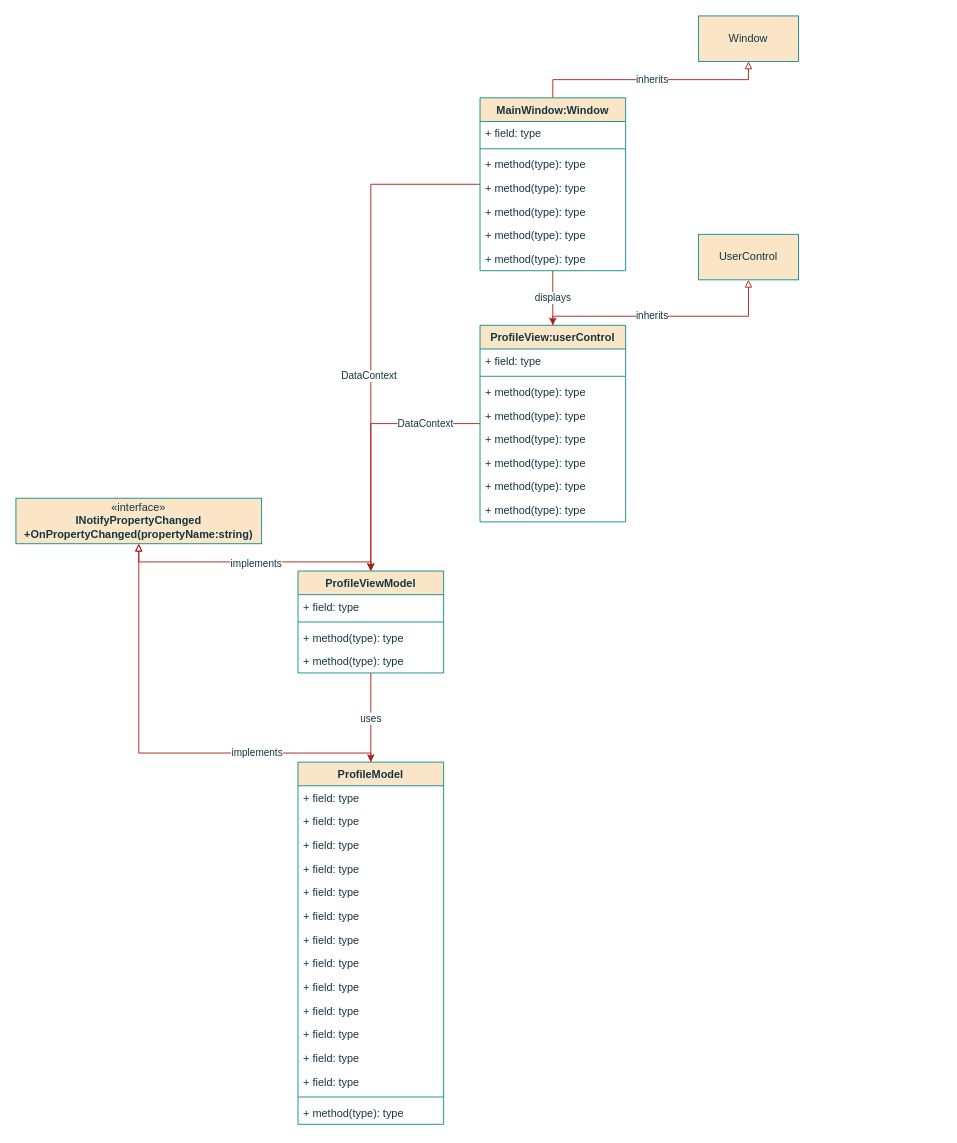
The draw.io diagram Klassendiagramm.drawio in PythonPokemon/Draw.io, before the edit. Source tidied: cells renumbered, new cells numbered last; positions are measured from the earlier drawing's top-left corner, leaving out a move shared by most shapes. Both pictures are drawn from the tidied source at 91%, with x=0, y=0 at pixel (15, 15).
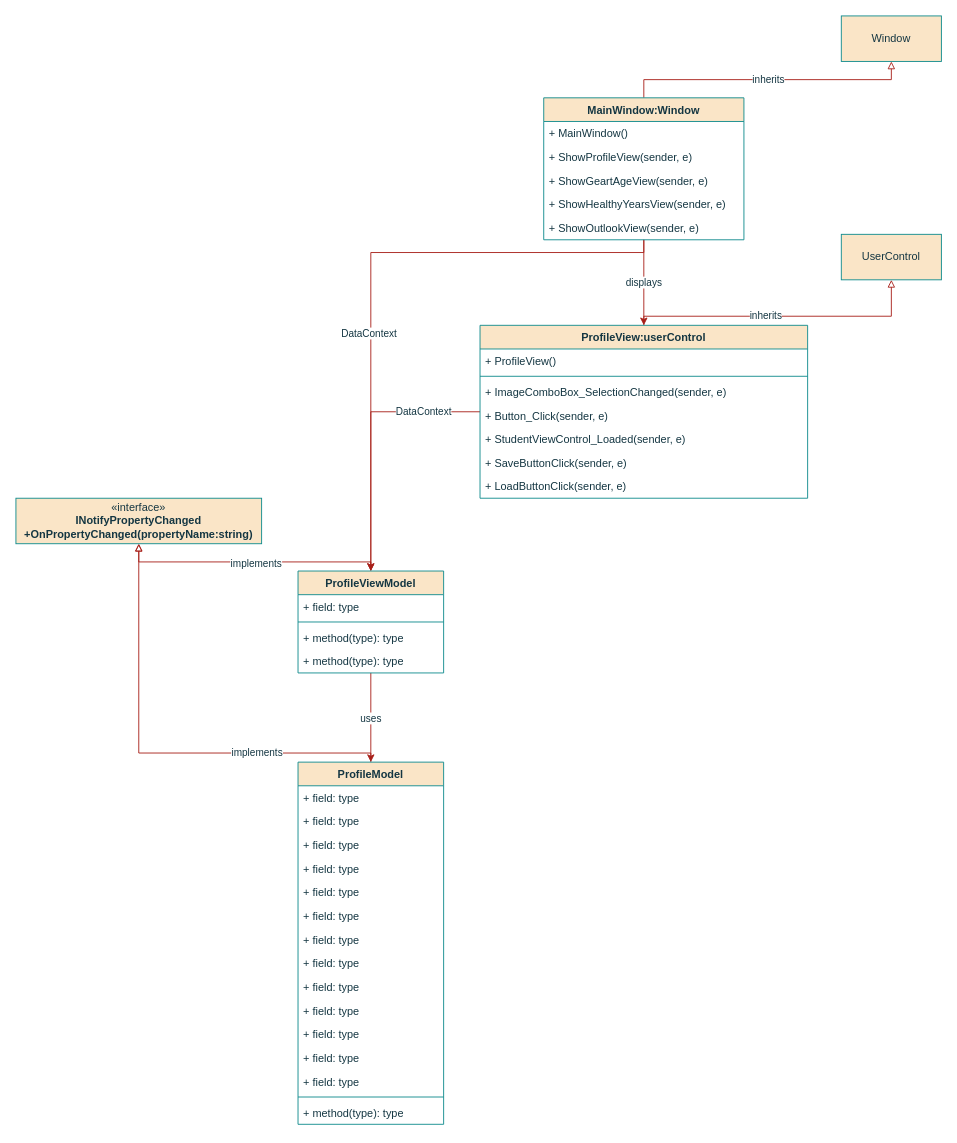
The same page after the edit.

The change refers to these unchanged cells:
```xml
<mxCell id="36" value="ProfileViewModel" style="swimlane;fontStyle=1;align=center;verticalAlign=top;horizontal=1;startSize=26;whiteSpace=wrap;html=1;labelBackgroundColor=none;fillColor=#FAE5C7;strokeColor=#0F8B8D;fontColor=#143642;" parent="1" vertex="1">
  <mxGeometry x="310" y="610" width="160" height="112" as="geometry" />
</mxCell>
```

What changed in the source:
```diff
@@
     <mxCell id="2" style="edgeStyle=orthogonalEdgeStyle;rounded=0;jettySize=auto;html=1;entryX=0.5;entryY=1;entryDx=0;entryDy=0;endArrow=block;endFill=0;labelBackgroundColor=none;strokeColor=#A8201A;fontColor=default;" parent="1" edge="1" source="8" target="16">
       <mxGeometry relative="1" as="geometry">
         <Array as="points">
-          <mxPoint x="590" y="70" />
-          <mxPoint x="805" y="70" />
+          <mxPoint x="690" y="70" />
+          <mxPoint x="962" y="70" />
         </Array>
       </mxGeometry>
     </mxCell>
@@
     <mxCell id="6" style="edgeStyle=orthogonalEdgeStyle;rounded=0;jettySize=auto;html=1;strokeColor=#A8201A;fontColor=#143642;fillColor=#FAE5C7;" parent="1" edge="1" source="8" target="36">
-      <mxGeometry relative="1" as="geometry" />
+      <mxGeometry relative="1" as="geometry">
+        <Array as="points">
+          <mxPoint x="690" y="260" />
+          <mxPoint x="390" y="260" />
+        </Array>
+      </mxGeometry>
     </mxCell>
@@
     <mxCell id="8" value="MainWindow:Window" style="swimlane;fontStyle=1;align=center;verticalAlign=top;horizontal=1;startSize=26;whiteSpace=wrap;html=1;labelBackgroundColor=none;fillColor=#FAE5C7;strokeColor=#0F8B8D;fontColor=#143642;" parent="1" vertex="1">
-      <mxGeometry x="510" y="90" width="160" height="190" as="geometry" />
+      <mxGeometry x="580" y="90" width="220" height="156" as="geometry" />
     </mxCell>
-    <mxCell id="9" value="+ field: type" style="text;strokeColor=none;fillColor=none;align=left;verticalAlign=top;spacingLeft=4;spacingRight=4;overflow=hidden;whiteSpace=wrap;html=1;labelBackgroundColor=none;fontColor=#143642;" parent="8" vertex="1">
-      <mxGeometry y="26" width="160" height="26" as="geometry" />
-    </mxCell>
-    <mxCell id="10" style="line;strokeWidth=1;fillColor=none;align=left;verticalAlign=middle;spacingTop=-1;spacingLeft=3;spacingRight=3;labelPosition=right;strokeColor=#0F8B8D;labelBackgroundColor=none;fontColor=#143642;" parent="8" vertex="1">
-      <mxGeometry y="52" width="160" height="8" as="geometry" />
-    </mxCell>
-    <mxCell id="11" value="+ method(type): type" style="text;strokeColor=none;fillColor=none;align=left;verticalAlign=top;spacingLeft=4;spacingRight=4;overflow=hidden;whiteSpace=wrap;html=1;labelBackgroundColor=none;fontColor=#143642;" parent="8" vertex="1">
-      <mxGeometry y="60" width="160" height="26" as="geometry" />
+    <mxCell id="11" value="+ MainWindow()" style="text;strokeColor=none;fillColor=none;align=left;verticalAlign=top;spacingLeft=4;spacingRight=4;overflow=hidden;whiteSpace=wrap;html=1;labelBackgroundColor=none;fontColor=#143642;" parent="8" vertex="1">
+      <mxGeometry y="26" width="220" height="26" as="geometry" />
     </mxCell>
-    <mxCell id="12" value="+ method(type): type" style="text;strokeColor=none;fillColor=none;align=left;verticalAlign=top;spacingLeft=4;spacingRight=4;overflow=hidden;whiteSpace=wrap;html=1;labelBackgroundColor=none;fontColor=#143642;" parent="8" vertex="1">
-      <mxGeometry y="86" width="160" height="26" as="geometry" />
+    <mxCell id="12" value="+ ShowProfileView(sender, e)" style="text;strokeColor=none;fillColor=none;align=left;verticalAlign=top;spacingLeft=4;spacingRight=4;overflow=hidden;whiteSpace=wrap;html=1;labelBackgroundColor=none;fontColor=#143642;" parent="8" vertex="1">
+      <mxGeometry y="52" width="220" height="26" as="geometry" />
     </mxCell>
-    <mxCell id="13" value="+ method(type): type" style="text;strokeColor=none;fillColor=none;align=left;verticalAlign=top;spacingLeft=4;spacingRight=4;overflow=hidden;whiteSpace=wrap;html=1;labelBackgroundColor=none;fontColor=#143642;" parent="8" vertex="1">
-      <mxGeometry y="112" width="160" height="26" as="geometry" />
+    <mxCell id="13" value="+ ShowGeartAgeView(sender, e)" style="text;strokeColor=none;fillColor=none;align=left;verticalAlign=top;spacingLeft=4;spacingRight=4;overflow=hidden;whiteSpace=wrap;html=1;labelBackgroundColor=none;fontColor=#143642;" parent="8" vertex="1">
+      <mxGeometry y="78" width="220" height="26" as="geometry" />
     </mxCell>
-    <mxCell id="14" value="+ method(type): type" style="text;strokeColor=none;fillColor=none;align=left;verticalAlign=top;spacingLeft=4;spacingRight=4;overflow=hidden;whiteSpace=wrap;html=1;labelBackgroundColor=none;fontColor=#143642;" parent="8" vertex="1">
-      <mxGeometry y="138" width="160" height="26" as="geometry" />
+    <mxCell id="14" value="+ ShowHealthyYearsView(sender, e)" style="text;strokeColor=none;fillColor=none;align=left;verticalAlign=top;spacingLeft=4;spacingRight=4;overflow=hidden;whiteSpace=wrap;html=1;labelBackgroundColor=none;fontColor=#143642;" parent="8" vertex="1">
+      <mxGeometry y="104" width="220" height="26" as="geometry" />
     </mxCell>
-    <mxCell id="15" value="+ method(type): type" style="text;strokeColor=none;fillColor=none;align=left;verticalAlign=top;spacingLeft=4;spacingRight=4;overflow=hidden;whiteSpace=wrap;html=1;labelBackgroundColor=none;fontColor=#143642;" parent="8" vertex="1">
-      <mxGeometry y="164" width="160" height="26" as="geometry" />
+    <mxCell id="15" value="+ ShowOutlookView(sender, e)" style="text;strokeColor=none;fillColor=none;align=left;verticalAlign=top;spacingLeft=4;spacingRight=4;overflow=hidden;whiteSpace=wrap;html=1;labelBackgroundColor=none;fontColor=#143642;" parent="8" vertex="1">
+      <mxGeometry y="130" width="220" height="26" as="geometry" />
     </mxCell>
     <mxCell id="16" value="Window" style="html=1;whiteSpace=wrap;labelBackgroundColor=none;fillColor=#FAE5C7;strokeColor=#0F8B8D;fontColor=#143642;" parent="1" vertex="1">
-      <mxGeometry x="750" width="110" height="50" as="geometry" />
+      <mxGeometry x="907" width="110" height="50" as="geometry" />
     </mxCell>
     <mxCell id="17" style="edgeStyle=orthogonalEdgeStyle;rounded=0;jettySize=auto;html=1;entryX=0.5;entryY=1;entryDx=0;entryDy=0;strokeColor=#A8201A;fontColor=#143642;fillColor=#FAE5C7;endArrow=block;endFill=0;" parent="1" edge="1" source="21" target="30">
       <mxGeometry relative="1" as="geometry">
         <Array as="points">
-          <mxPoint x="590" y="330" />
-          <mxPoint x="805" y="330" />
+          <mxPoint x="690" y="330" />
+          <mxPoint x="962" y="330" />
         </Array>
       </mxGeometry>
     </mxCell>
@@
     <mxCell id="21" value="ProfileView:userControl" style="swimlane;fontStyle=1;align=center;verticalAlign=top;horizontal=1;startSize=26;whiteSpace=wrap;html=1;labelBackgroundColor=none;fillColor=#FAE5C7;strokeColor=#0F8B8D;fontColor=#143642;" parent="1" vertex="1">
-      <mxGeometry x="510" y="340" width="160" height="216" as="geometry" />
+      <mxGeometry x="510" y="340" width="360" height="190" as="geometry" />
     </mxCell>
-    <mxCell id="22" value="+ field: type" style="text;strokeColor=none;fillColor=none;align=left;verticalAlign=top;spacingLeft=4;spacingRight=4;overflow=hidden;whiteSpace=wrap;html=1;labelBackgroundColor=none;fontColor=#143642;" parent="21" vertex="1">
-      <mxGeometry y="26" width="160" height="26" as="geometry" />
+    <mxCell id="22" value="+ ProfileView()" style="text;strokeColor=none;fillColor=none;align=left;verticalAlign=top;spacingLeft=4;spacingRight=4;overflow=hidden;whiteSpace=wrap;html=1;labelBackgroundColor=none;fontColor=#143642;" parent="21" vertex="1">
+      <mxGeometry y="26" width="360" height="26" as="geometry" />
     </mxCell>
     <mxCell id="23" style="line;strokeWidth=1;fillColor=none;align=left;verticalAlign=middle;spacingTop=-1;spacingLeft=3;spacingRight=3;labelPosition=right;strokeColor=#0F8B8D;labelBackgroundColor=none;fontColor=#143642;" parent="21" vertex="1">
-      <mxGeometry y="52" width="160" height="8" as="geometry" />
+      <mxGeometry y="52" width="360" height="8" as="geometry" />
     </mxCell>
-    <mxCell id="24" value="+ method(type): type" style="text;strokeColor=none;fillColor=none;align=left;verticalAlign=top;spacingLeft=4;spacingRight=4;overflow=hidden;whiteSpace=wrap;html=1;labelBackgroundColor=none;fontColor=#143642;" parent="21" vertex="1">
-      <mxGeometry y="60" width="160" height="26" as="geometry" />
+    <mxCell id="24" value="+ ImageComboBox_SelectionChanged(sender, e)" style="text;strokeColor=none;fillColor=none;align=left;verticalAlign=top;spacingLeft=4;spacingRight=4;overflow=hidden;whiteSpace=wrap;html=1;labelBackgroundColor=none;fontColor=#143642;" parent="21" vertex="1">
+      <mxGeometry y="60" width="360" height="26" as="geometry" />
     </mxCell>
-    <mxCell id="25" value="+ method(type): type" style="text;strokeColor=none;fillColor=none;align=left;verticalAlign=top;spacingLeft=4;spacingRight=4;overflow=hidden;whiteSpace=wrap;html=1;labelBackgroundColor=none;fontColor=#143642;" parent="21" vertex="1">
-      <mxGeometry y="86" width="160" height="26" as="geometry" />
+    <mxCell id="25" value="+ Button_Click(sender, e)" style="text;strokeColor=none;fillColor=none;align=left;verticalAlign=top;spacingLeft=4;spacingRight=4;overflow=hidden;whiteSpace=wrap;html=1;labelBackgroundColor=none;fontColor=#143642;" parent="21" vertex="1">
+      <mxGeometry y="86" width="360" height="26" as="geometry" />
     </mxCell>
-    <mxCell id="26" value="+ method(type): type" style="text;strokeColor=none;fillColor=none;align=left;verticalAlign=top;spacingLeft=4;spacingRight=4;overflow=hidden;whiteSpace=wrap;html=1;labelBackgroundColor=none;fontColor=#143642;" parent="21" vertex="1">
-      <mxGeometry y="112" width="160" height="26" as="geometry" />
+    <mxCell id="26" value="+ StudentViewControl_Loaded(sender, e)" style="text;strokeColor=none;fillColor=none;align=left;verticalAlign=top;spacingLeft=4;spacingRight=4;overflow=hidden;whiteSpace=wrap;html=1;labelBackgroundColor=none;fontColor=#143642;" parent="21" vertex="1">
+      <mxGeometry y="112" width="360" height="26" as="geometry" />
     </mxCell>
-    <mxCell id="27" value="+ method(type): type" style="text;strokeColor=none;fillColor=none;align=left;verticalAlign=top;spacingLeft=4;spacingRight=4;overflow=hidden;whiteSpace=wrap;html=1;labelBackgroundColor=none;fontColor=#143642;" parent="21" vertex="1">
-      <mxGeometry y="138" width="160" height="26" as="geometry" />
+    <mxCell id="27" value="+ SaveButtonClick(sender, e)" style="text;strokeColor=none;fillColor=none;align=left;verticalAlign=top;spacingLeft=4;spacingRight=4;overflow=hidden;whiteSpace=wrap;html=1;labelBackgroundColor=none;fontColor=#143642;" parent="21" vertex="1">
+      <mxGeometry y="138" width="360" height="26" as="geometry" />
     </mxCell>
-    <mxCell id="28" value="+ method(type): type" style="text;strokeColor=none;fillColor=none;align=left;verticalAlign=top;spacingLeft=4;spacingRight=4;overflow=hidden;whiteSpace=wrap;html=1;labelBackgroundColor=none;fontColor=#143642;" parent="21" vertex="1">
-      <mxGeometry y="164" width="160" height="26" as="geometry" />
+    <mxCell id="28" value="+ LoadButtonClick(sender, e)" style="text;strokeColor=none;fillColor=none;align=left;verticalAlign=top;spacingLeft=4;spacingRight=4;overflow=hidden;whiteSpace=wrap;html=1;labelBackgroundColor=none;fontColor=#143642;" parent="21" vertex="1">
+      <mxGeometry y="164" width="360" height="26" as="geometry" />
     </mxCell>
-    <mxCell id="29" value="+ method(type): type" style="text;strokeColor=none;fillColor=none;align=left;verticalAlign=top;spacingLeft=4;spacingRight=4;overflow=hidden;whiteSpace=wrap;html=1;labelBackgroundColor=none;fontColor=#143642;" parent="21" vertex="1">
-      <mxGeometry y="190" width="160" height="26" as="geometry" />
-    </mxCell>
     <mxCell id="30" value="UserControl" style="html=1;whiteSpace=wrap;labelBackgroundColor=none;fillColor=#FAE5C7;strokeColor=#0F8B8D;fontColor=#143642;" parent="1" vertex="1">
-      <mxGeometry x="750" y="240" width="110" height="50" as="geometry" />
+      <mxGeometry x="907" y="240" width="110" height="50" as="geometry" />
     </mxCell>
```
